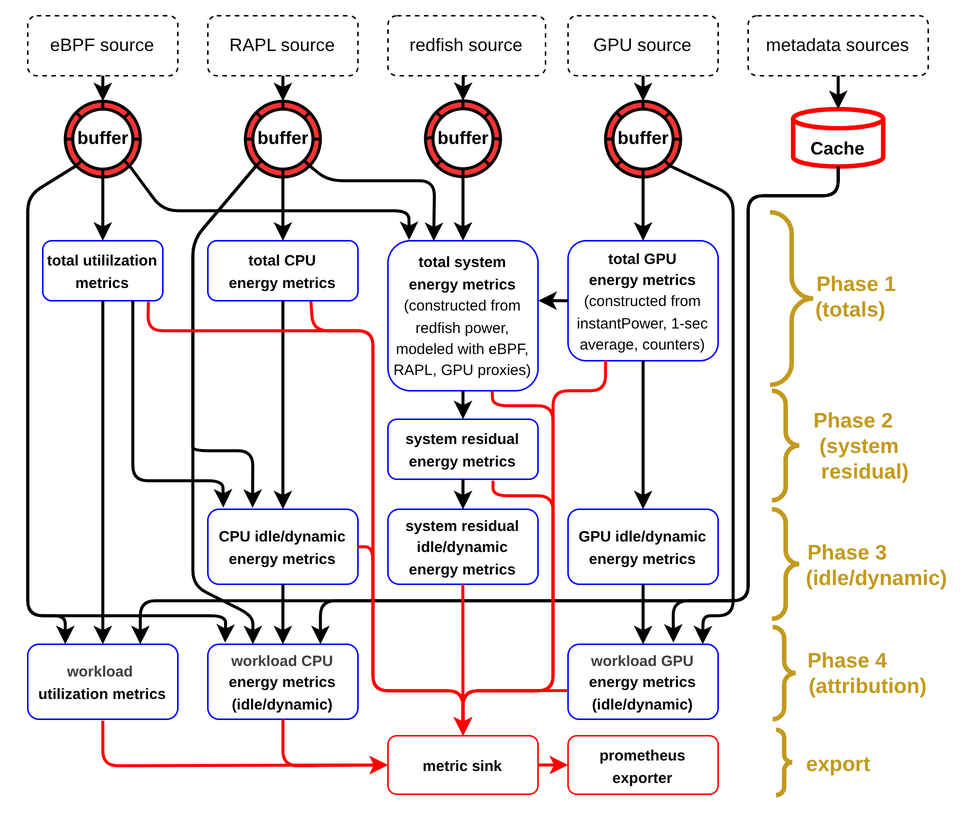
Above: thesis/MT/Figures/drawio/tycho_analysis_stages.png in casparwackerle/PowerStack (draw.io), before the change. Source tidied: cells renumbered, new cells last; positions are measured from the earlier drawing's top-left corner, leaving out a move shared by most shapes.
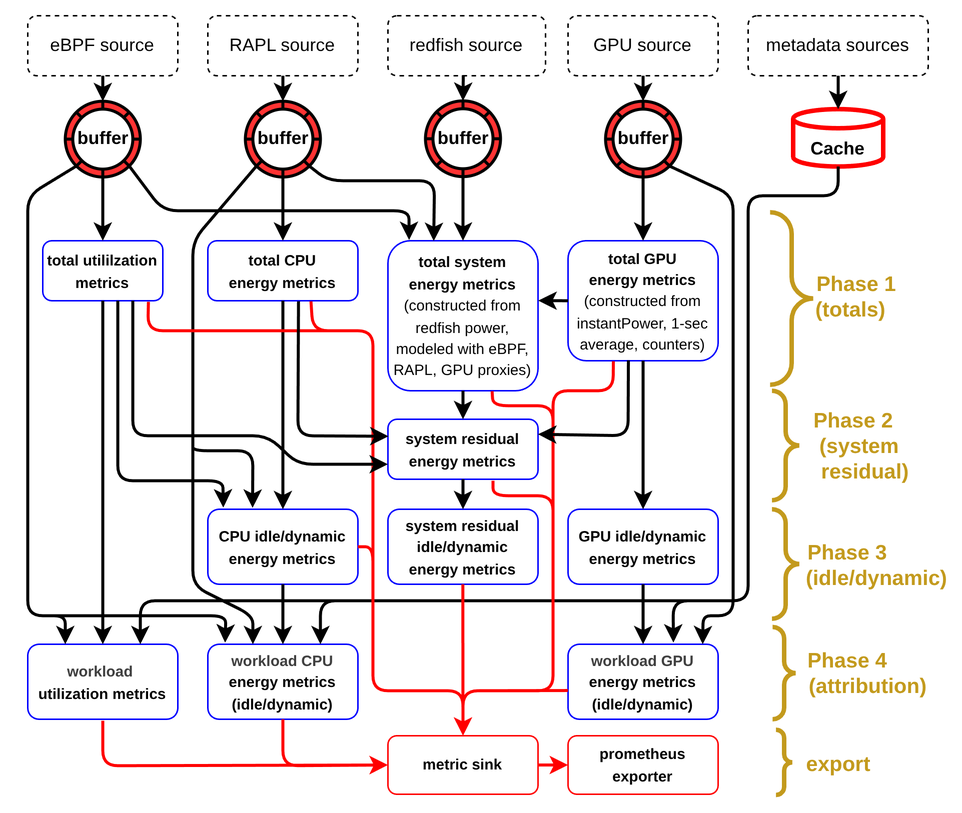
Above is the later version.

Diff of the diagram source:
```diff
@@ -207,10 +207,11 @@
     <mxCell id="67" value="&lt;font style=&quot;font-size: 10px; color: rgb(0, 0, 0);&quot;&gt;&lt;b&gt;GPU idle/dynamic energy metrics&lt;/b&gt;&lt;/font&gt;" style="rounded=1;whiteSpace=wrap;html=1;strokeWidth=1;strokeColor=#0000FF;" parent="1" vertex="1">
       <mxGeometry x="360" y="329" width="100" height="50" as="geometry" />
     </mxCell>
-    <mxCell id="68" style="edgeStyle=none;html=1;strokeWidth=2;exitX=0.75;exitY=1;exitDx=0;exitDy=0;entryX=0.103;entryY=-0.022;entryDx=0;entryDy=0;entryPerimeter=0;" parent="1" edge="1" source="53" target="66">
+    <mxCell id="68" style="edgeStyle=none;html=1;strokeWidth=2;entryX=0.103;entryY=-0.022;entryDx=0;entryDy=0;entryPerimeter=0;" parent="1" edge="1" target="66">
       <mxGeometry relative="1" as="geometry">
+        <mxPoint x="60" y="190" as="sourcePoint" />
         <Array as="points">
-          <mxPoint x="70" y="310" />
+          <mxPoint x="60" y="310" />
           <mxPoint x="130" y="310" />
         </Array>
       </mxGeometry>
@@ -379,10 +380,10 @@
         </Array>
       </mxGeometry>
     </mxCell>
-    <mxCell id="102" style="edgeStyle=none;html=1;strokeWidth=2;exitX=0.25;exitY=1;exitDx=0;exitDy=0;entryX=0.5;entryY=0;entryDx=0;entryDy=0;strokeColor=#FF0000;" parent="1" edge="1" source="56" target="97">
+    <mxCell id="102" style="edgeStyle=none;html=1;strokeWidth=2;exitX=0.302;exitY=1.004;exitDx=0;exitDy=0;entryX=0.5;entryY=0;entryDx=0;entryDy=0;strokeColor=#FF0000;exitPerimeter=0;" parent="1" edge="1" source="56" target="97">
       <mxGeometry relative="1" as="geometry">
         <Array as="points">
-          <mxPoint x="385" y="250" />
+          <mxPoint x="390" y="250" />
           <mxPoint x="350" y="250" />
           <mxPoint x="350" y="450" />
           <mxPoint x="290" y="450" />
@@ -462,5 +463,28 @@
     <mxCell id="111" value="&lt;font style=&quot;color: rgb(195, 154, 29); font-size: 14px;&quot;&gt;export&lt;/font&gt;" style="text;align=center;fontStyle=1;verticalAlign=middle;spacingLeft=3;spacingRight=3;strokeColor=none;html=1;" parent="1" vertex="1">
       <mxGeometry x="500" y="486" width="80" height="26" as="geometry" />
     </mxCell>
+    <mxCell id="112" style="edgeStyle=none;html=1;strokeWidth=2;entryX=0;entryY=0.75;entryDx=0;entryDy=0;exitX=0.75;exitY=1;exitDx=0;exitDy=0;" parent="1" edge="1" source="53" target="63">
+      <mxGeometry relative="1" as="geometry">
+        <Array as="points">
+          <mxPoint x="70" y="280" />
+          <mxPoint x="160" y="280" />
+          <mxPoint x="180" y="299" />
+        </Array>
+      </mxGeometry>
+    </mxCell>
+    <mxCell id="113" style="edgeStyle=none;html=1;strokeWidth=2;entryX=0.004;entryY=0.284;entryDx=0;entryDy=0;exitX=0.604;exitY=1.009;exitDx=0;exitDy=0;exitPerimeter=0;entryPerimeter=0;" parent="1" edge="1" source="54" target="63">
+      <mxGeometry relative="1" as="geometry">
+        <Array as="points">
+          <mxPoint x="180" y="280" />
+        </Array>
+      </mxGeometry>
+    </mxCell>
+    <mxCell id="114" style="edgeStyle=none;html=1;strokeWidth=2;exitX=0.402;exitY=0.997;exitDx=0;exitDy=0;entryX=1;entryY=0.25;entryDx=0;entryDy=0;exitPerimeter=0;" parent="1" edge="1" source="56" target="63">
+      <mxGeometry relative="1" as="geometry">
+        <Array as="points">
+          <mxPoint x="400" y="280" />
+        </Array>
+      </mxGeometry>
+    </mxCell>
   </root>
 </mxGraphModel>
```
